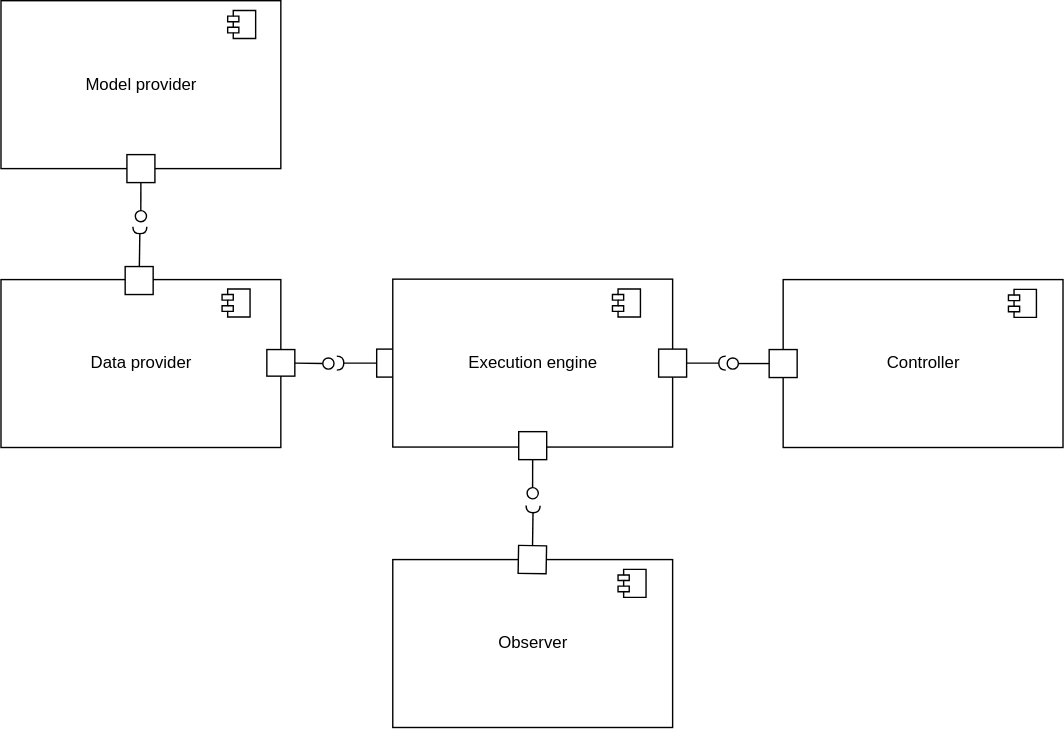
This is docs/images/Architecture.svg from bpmn-os/bpmnos-engine, a draw.io export, as it was before one commit. Source tidied: cells renumbered, new cells last; positions are measured from the earlier drawing's top-left corner, leaving out a move shared by most shapes. Source of this version:
```xml
<mxGraphModel>
  <root>
    <mxCell id="0" />
    <mxCell id="1" parent="0" />
    <mxCell id="2" style="group;" parent="1" vertex="1">
      <mxGeometry x="519" y="200.3" width="240" height="119" as="geometry" />
    </mxCell>
    <mxCell id="3" value="&lt;div&gt;Controller&lt;/div&gt;" style="html=1;" parent="2" vertex="1">
      <mxGeometry x="40" y="-1" width="200" height="120" as="geometry" />
    </mxCell>
    <mxCell id="4" style="shape=component;jettyWidth=8;jettyHeight=4;" parent="3" vertex="1">
      <mxGeometry x="1" width="20" height="20" relative="1" as="geometry">
        <mxPoint x="-39" y="7" as="offset" />
      </mxGeometry>
    </mxCell>
    <mxCell id="5" style="group;" parent="2" vertex="1">
      <mxGeometry y="49" width="50" height="20" as="geometry" />
    </mxCell>
    <mxCell id="6" style="html=1;rounded=0;" parent="5" vertex="1">
      <mxGeometry x="30" width="20" height="20" as="geometry" />
    </mxCell>
    <mxCell id="7" style="endArrow=none;html=1;rounded=0;align=center;verticalAlign=top;endFill=0;labelBackgroundColor=none;endSize=2;" parent="5" edge="1" source="6">
      <mxGeometry relative="1" as="geometry">
        <mxPoint x="8" y="10" as="targetPoint" />
      </mxGeometry>
    </mxCell>
    <mxCell id="8" style="ellipse;html=1;fontSize=11;align=center;fillColor=none;verticalAlign=bottom;labelPosition=center;verticalLabelPosition=top;flipH=1;" parent="5" vertex="1">
      <mxGeometry y="6" width="8" height="8" as="geometry" />
    </mxCell>
    <mxCell id="9" style="group;" parent="1" vertex="1">
      <mxGeometry x="280" y="361" width="200" height="158.4" as="geometry" />
    </mxCell>
    <mxCell id="10" value="&lt;div&gt;Observer&lt;/div&gt;" style="html=1;" parent="9" vertex="1">
      <mxGeometry y="38.4" width="200" height="120" as="geometry" />
    </mxCell>
    <mxCell id="11" style="shape=component;jettyWidth=8;jettyHeight=4;" parent="10" vertex="1">
      <mxGeometry x="1" width="20" height="20" relative="1" as="geometry">
        <mxPoint x="-39" y="7" as="offset" />
      </mxGeometry>
    </mxCell>
    <mxCell id="12" style="group;rotation=-89;" parent="9" vertex="1">
      <mxGeometry x="75.8" y="14.4" width="48.5" height="20" as="geometry" />
    </mxCell>
    <mxCell id="13" style="html=1;rounded=0;rotation=-269;" parent="12" vertex="1">
      <mxGeometry x="14" y="14" width="20" height="20" as="geometry" />
    </mxCell>
    <mxCell id="14" style="endArrow=none;html=1;rounded=0;align=center;verticalAlign=top;endFill=0;labelBackgroundColor=none;endSize=2;" parent="12" edge="1" source="13" target="15">
      <mxGeometry relative="1" as="geometry" />
    </mxCell>
    <mxCell id="15" style="shape=requiredInterface;html=1;fontSize=11;align=center;fillColor=none;points=[];verticalAlign=bottom;labelPosition=center;verticalLabelPosition=top;flipH=1;rotation=-449;" parent="12" vertex="1">
      <mxGeometry x="22" y="-17" width="5" height="10" as="geometry" />
    </mxCell>
    <mxCell id="16" style="group;" parent="1" vertex="1">
      <mxGeometry width="200" height="158.1" as="geometry" />
    </mxCell>
    <mxCell id="17" value="&lt;div&gt;Model provider&lt;/div&gt;" style="html=1;" parent="16" vertex="1">
      <mxGeometry width="200" height="120" as="geometry" />
    </mxCell>
    <mxCell id="18" style="shape=component;jettyWidth=8;jettyHeight=4;" parent="17" vertex="1">
      <mxGeometry x="1" width="20" height="20" relative="1" as="geometry">
        <mxPoint x="-38" y="7" as="offset" />
      </mxGeometry>
    </mxCell>
    <mxCell id="19" style="html=1;rounded=0;rotation=90;" parent="16" vertex="1">
      <mxGeometry x="90" y="110" width="20" height="20" as="geometry" />
    </mxCell>
    <mxCell id="20" style="endArrow=none;html=1;rounded=0;align=center;verticalAlign=top;endFill=0;labelBackgroundColor=none;endSize=2;" parent="16" edge="1" source="19" target="21">
      <mxGeometry relative="1" as="geometry" />
    </mxCell>
    <mxCell id="21" style="ellipse;html=1;fontSize=11;align=center;fillColor=none;points=[];verticalAlign=bottom;labelPosition=center;verticalLabelPosition=top;flipH=1;rotation=-181;" parent="16" vertex="1">
      <mxGeometry x="96" y="150" width="8" height="8" as="geometry" />
    </mxCell>
    <mxCell id="22" style="group;" parent="1" vertex="1">
      <mxGeometry x="240" y="249" width="48.5" height="20" as="geometry" />
    </mxCell>
    <mxCell id="23" style="html=1;rounded=0;" parent="22" vertex="1">
      <mxGeometry x="28.5" width="20" height="20" as="geometry" />
    </mxCell>
    <mxCell id="24" style="endArrow=none;html=1;rounded=0;align=center;verticalAlign=top;endFill=0;labelBackgroundColor=none;endSize=2;" parent="22" edge="1" source="23" target="25">
      <mxGeometry relative="1" as="geometry" />
    </mxCell>
    <mxCell id="25" style="shape=requiredInterface;html=1;fontSize=11;align=center;fillColor=none;points=[];verticalAlign=bottom;labelPosition=center;verticalLabelPosition=top;flipH=1;rotation=-180;" parent="22" vertex="1">
      <mxGeometry y="5" width="5" height="10" as="geometry" />
    </mxCell>
    <mxCell id="26" style="endArrow=none;html=1;rounded=0;align=center;verticalAlign=top;endFill=0;labelBackgroundColor=none;endSize=2;" parent="1" edge="1" target="27">
      <mxGeometry relative="1" as="geometry">
        <mxPoint x="380" y="328" as="sourcePoint" />
      </mxGeometry>
    </mxCell>
    <mxCell id="27" style="ellipse;html=1;fontSize=11;align=center;fillColor=none;points=[];verticalAlign=bottom;labelPosition=center;verticalLabelPosition=top;flipH=1;rotation=-181;" parent="1" vertex="1">
      <mxGeometry x="376" y="348" width="8" height="8" as="geometry" />
    </mxCell>
    <mxCell id="28" style="group;" parent="1" vertex="1">
      <mxGeometry x="280" y="199" width="238" height="120" as="geometry" />
    </mxCell>
    <mxCell id="29" value="&lt;div&gt;Execution engine&lt;/div&gt;" style="html=1;" parent="28" vertex="1">
      <mxGeometry width="200" height="120" as="geometry" />
    </mxCell>
    <mxCell id="30" style="shape=component;jettyWidth=8;jettyHeight=4;" parent="29" vertex="1">
      <mxGeometry x="1" width="20" height="20" relative="1" as="geometry">
        <mxPoint x="-43" y="7" as="offset" />
      </mxGeometry>
    </mxCell>
    <mxCell id="31" style="group;" parent="28" vertex="1">
      <mxGeometry x="190" y="50" width="48" height="20" as="geometry" />
    </mxCell>
    <mxCell id="32" style="html=1;rounded=0;" parent="31" vertex="1">
      <mxGeometry width="20" height="20" as="geometry" />
    </mxCell>
    <mxCell id="33" style="endArrow=none;html=1;rounded=0;align=center;verticalAlign=top;endFill=0;labelBackgroundColor=none;endSize=2;" parent="31" edge="1" source="32" target="34">
      <mxGeometry relative="1" as="geometry" />
    </mxCell>
    <mxCell id="34" style="shape=requiredInterface;html=1;fontSize=11;align=center;fillColor=none;points=[];verticalAlign=bottom;labelPosition=center;verticalLabelPosition=top;flipH=1;" parent="31" vertex="1">
      <mxGeometry x="43" y="5" width="5" height="10" as="geometry" />
    </mxCell>
    <mxCell id="35" style="group;" parent="1" vertex="1">
      <mxGeometry y="161.8" width="238" height="157.6" as="geometry" />
    </mxCell>
    <mxCell id="36" style="ellipse;html=1;fontSize=11;align=center;fillColor=none;points=[];verticalAlign=bottom;labelPosition=center;verticalLabelPosition=top;flipH=1;" parent="35" vertex="1">
      <mxGeometry x="230" y="93.6" width="8" height="8" as="geometry" />
    </mxCell>
    <mxCell id="37" style="group;" parent="35" vertex="1">
      <mxGeometry width="210" height="157.6" as="geometry" />
    </mxCell>
    <mxCell id="38" value="&lt;div&gt;Data provider&lt;/div&gt;" style="html=1;" parent="37" vertex="1">
      <mxGeometry y="37.6" width="200" height="120" as="geometry" />
    </mxCell>
    <mxCell id="39" style="group;rotation=-90;" parent="37" vertex="1">
      <mxGeometry x="74.8" y="14.2" width="48.5" height="20" as="geometry" />
    </mxCell>
    <mxCell id="40" style="html=1;rounded=0;rotation=-270;" parent="39" vertex="1">
      <mxGeometry x="14" y="14" width="20" height="20" as="geometry" />
    </mxCell>
    <mxCell id="41" style="endArrow=none;html=1;rounded=0;align=center;verticalAlign=top;endFill=0;labelBackgroundColor=none;endSize=2;" parent="39" edge="1" source="40" target="42">
      <mxGeometry relative="1" as="geometry" />
    </mxCell>
    <mxCell id="42" style="shape=requiredInterface;html=1;fontSize=11;align=center;fillColor=none;points=[];verticalAlign=bottom;labelPosition=center;verticalLabelPosition=top;flipH=1;rotation=-450;" parent="39" vertex="1">
      <mxGeometry x="22" y="-17" width="5" height="10" as="geometry" />
    </mxCell>
    <mxCell id="43" style="html=1;rounded=0;" parent="37" vertex="1">
      <mxGeometry x="190" y="87.6" width="20" height="19" as="geometry" />
    </mxCell>
    <mxCell id="44" style="endArrow=none;html=1;rounded=0;align=center;verticalAlign=top;endFill=0;labelBackgroundColor=none;endSize=2;" parent="37" edge="1" source="43" target="36">
      <mxGeometry relative="1" as="geometry" />
    </mxCell>
    <mxCell id="45" style="shape=component;jettyWidth=8;jettyHeight=4;" parent="37" vertex="1">
      <mxGeometry x="158" y="44.2" width="20" height="20" as="geometry">
        <mxPoint x="-38" y="7" as="offset" />
      </mxGeometry>
    </mxCell>
    <mxCell id="46" style="html=1;rounded=0;rotation=90;" parent="1" vertex="1">
      <mxGeometry x="370" y="308" width="20" height="20" as="geometry" />
    </mxCell>
  </root>
</mxGraphModel>
```
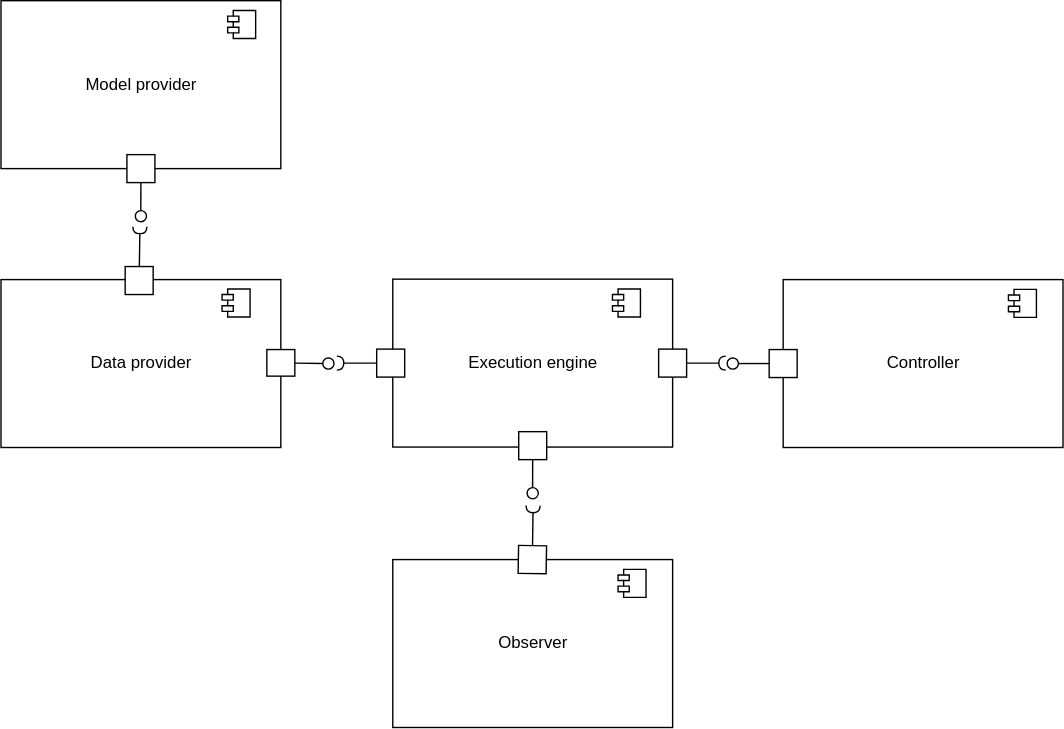
Later version of the same file.

The edit, as a diff of the source:
```diff
@@ -73,11 +73,10 @@
     <mxCell id="22" style="group;" parent="1" vertex="1">
       <mxGeometry x="240" y="249" width="48.5" height="20" as="geometry" />
     </mxCell>
-    <mxCell id="23" style="html=1;rounded=0;" parent="22" vertex="1">
-      <mxGeometry x="28.5" width="20" height="20" as="geometry" />
-    </mxCell>
-    <mxCell id="24" style="endArrow=none;html=1;rounded=0;align=center;verticalAlign=top;endFill=0;labelBackgroundColor=none;endSize=2;" parent="22" edge="1" source="23" target="25">
-      <mxGeometry relative="1" as="geometry" />
+    <mxCell id="24" style="endArrow=none;html=1;rounded=0;align=center;verticalAlign=top;endFill=0;labelBackgroundColor=none;endSize=2;" parent="22" edge="1" target="25">
+      <mxGeometry relative="1" as="geometry">
+        <mxPoint x="28.5" y="10" as="sourcePoint" />
+      </mxGeometry>
     </mxCell>
     <mxCell id="25" style="shape=requiredInterface;html=1;fontSize=11;align=center;fillColor=none;points=[];verticalAlign=bottom;labelPosition=center;verticalLabelPosition=top;flipH=1;rotation=-180;" parent="22" vertex="1">
       <mxGeometry y="5" width="5" height="10" as="geometry" />
@@ -151,5 +150,8 @@
     <mxCell id="46" style="html=1;rounded=0;rotation=90;" parent="1" vertex="1">
       <mxGeometry x="370" y="308" width="20" height="20" as="geometry" />
     </mxCell>
+    <mxCell id="47" style="html=1;rounded=0;" parent="1" vertex="1">
+      <mxGeometry x="268.5" y="249" width="20" height="20" as="geometry" />
+    </mxCell>
   </root>
 </mxGraphModel>
```
